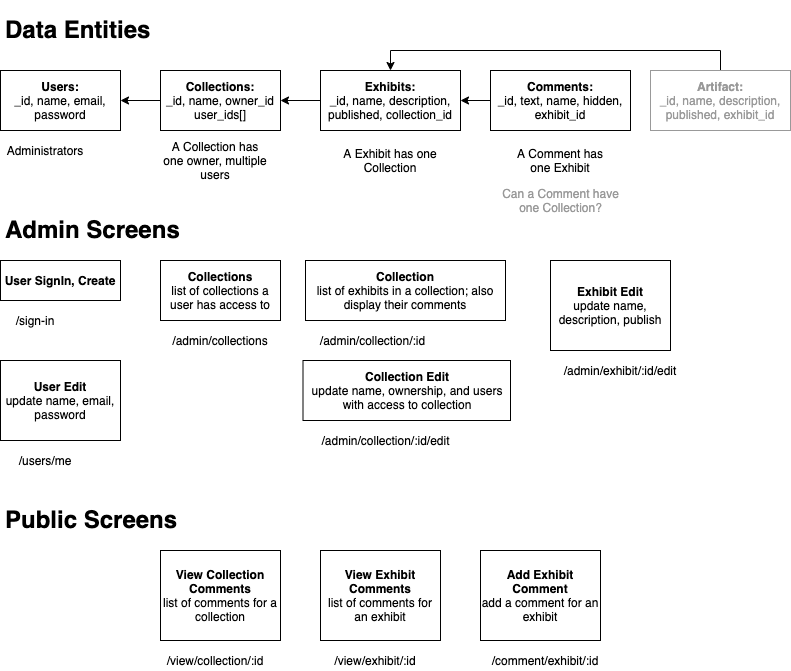
stellarjaydoc/architecture keeps this draw.io diagram as InteractiveExhibit-design.png. Above is the earlier version. Source tidied: cells renumbered, new cells last; positions are measured from the earlier drawing's top-left corner, leaving out a move shared by most shapes.
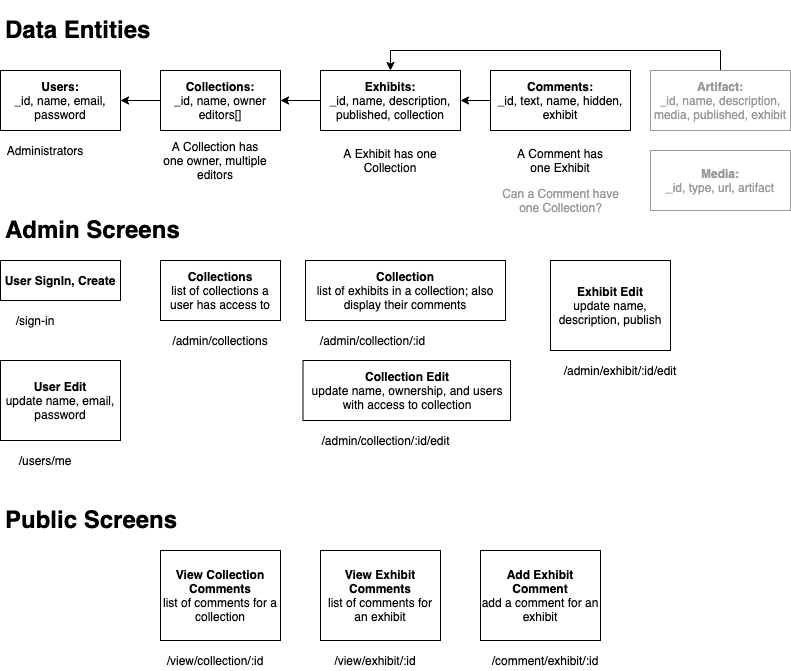
After the change.

Change to the diagram source:
```diff
@@ -8,25 +8,25 @@
     <mxCell id="3" style="edgeStyle=orthogonalEdgeStyle;rounded=0;jettySize=auto;html=1;exitX=0;exitY=0.5;exitDx=0;exitDy=0;entryX=1;entryY=0.5;entryDx=0;entryDy=0;fontColor=#999999;" parent="1" edge="1" source="4" target="2">
       <mxGeometry relative="1" as="geometry" />
     </mxCell>
-    <mxCell id="4" value="&lt;b&gt;Collections:&lt;/b&gt;&lt;br&gt;_id, name, owner_id user_ids[]" style="rounded=0;whiteSpace=wrap;html=1;" parent="1" vertex="1">
+    <mxCell id="4" value="&lt;b&gt;Collections:&lt;/b&gt;&lt;br&gt;_id, name, owner editors[]" style="rounded=0;whiteSpace=wrap;html=1;" parent="1" vertex="1">
       <mxGeometry x="160" y="60" width="120" height="60" as="geometry" />
     </mxCell>
     <mxCell id="5" style="edgeStyle=orthogonalEdgeStyle;rounded=0;jettySize=auto;html=1;exitX=0;exitY=0.5;exitDx=0;exitDy=0;entryX=1;entryY=0.5;entryDx=0;entryDy=0;fontColor=#999999;" parent="1" edge="1" source="6" target="4">
       <mxGeometry relative="1" as="geometry" />
     </mxCell>
-    <mxCell id="6" value="&lt;b&gt;Exhibits:&lt;/b&gt;&lt;br&gt;_id, name, description, published, collection_id" style="rounded=0;whiteSpace=wrap;html=1;" parent="1" vertex="1">
+    <mxCell id="6" value="&lt;b&gt;Exhibits:&lt;/b&gt;&lt;br&gt;_id, name, description, published, collection" style="rounded=0;whiteSpace=wrap;html=1;" parent="1" vertex="1">
       <mxGeometry x="320" y="60" width="140" height="60" as="geometry" />
     </mxCell>
     <mxCell id="7" style="edgeStyle=orthogonalEdgeStyle;rounded=0;jettySize=auto;html=1;exitX=0;exitY=0.5;exitDx=0;exitDy=0;entryX=1;entryY=0.5;entryDx=0;entryDy=0;fontColor=#999999;" parent="1" edge="1" source="8" target="6">
       <mxGeometry relative="1" as="geometry" />
     </mxCell>
-    <mxCell id="8" value="&lt;b&gt;Comments:&lt;/b&gt;&lt;br&gt;_id, text, name, hidden, exhibit_id" style="rounded=0;whiteSpace=wrap;html=1;" parent="1" vertex="1">
+    <mxCell id="8" value="&lt;b&gt;Comments:&lt;/b&gt;&lt;br&gt;_id, text, name, hidden, exhibit" style="rounded=0;whiteSpace=wrap;html=1;" parent="1" vertex="1">
       <mxGeometry x="490" y="60" width="140" height="60" as="geometry" />
     </mxCell>
     <mxCell id="9" value="Administrators" style="text;html=1;strokeColor=none;fillColor=none;align=center;verticalAlign=middle;whiteSpace=wrap;rounded=0;" parent="1" vertex="1">
       <mxGeometry y="130" width="90" height="20" as="geometry" />
     </mxCell>
-    <mxCell id="10" value="A Collection has one owner, multiple users" style="text;html=1;strokeColor=none;fillColor=none;align=center;verticalAlign=middle;whiteSpace=wrap;rounded=0;" parent="1" vertex="1">
+    <mxCell id="10" value="A Collection has one owner, multiple editors" style="text;html=1;strokeColor=none;fillColor=none;align=center;verticalAlign=middle;whiteSpace=wrap;rounded=0;" parent="1" vertex="1">
       <mxGeometry x="160" y="140" width="110" height="20" as="geometry" />
     </mxCell>
     <mxCell id="11" value="A Exhibit has one Collection" style="text;html=1;strokeColor=none;fillColor=none;align=center;verticalAlign=middle;whiteSpace=wrap;rounded=0;" parent="1" vertex="1">
@@ -80,7 +80,7 @@
     <mxCell id="27" style="edgeStyle=orthogonalEdgeStyle;rounded=0;jettySize=auto;html=1;exitX=0.5;exitY=0;exitDx=0;exitDy=0;entryX=0.5;entryY=0;entryDx=0;entryDy=0;fontColor=#999999;" parent="1" edge="1" source="28" target="6">
       <mxGeometry relative="1" as="geometry" />
     </mxCell>
-    <mxCell id="28" value="&lt;b&gt;Artifact:&lt;/b&gt;&lt;br&gt;_id, name, description, published, exhibit_id" style="rounded=0;whiteSpace=wrap;html=1;strokeColor=#999999;fontColor=#999999;" parent="1" vertex="1">
+    <mxCell id="28" value="&lt;b&gt;Artifact:&lt;/b&gt;&lt;br&gt;_id, name, description, media, published, exhibit" style="rounded=0;whiteSpace=wrap;html=1;strokeColor=#999999;fontColor=#999999;" parent="1" vertex="1">
       <mxGeometry x="650" y="60" width="140" height="60" as="geometry" />
     </mxCell>
     <mxCell id="29" value="&lt;font color=&quot;#000000&quot;&gt;/sign-in&lt;/font&gt;" style="text;html=1;strokeColor=none;fillColor=none;align=center;verticalAlign=middle;whiteSpace=wrap;rounded=0;fontColor=#999999;" parent="1" vertex="1">
@@ -110,5 +110,8 @@
     <mxCell id="37" value="&lt;font color=&quot;#000000&quot;&gt;/comment/exhibit/:id&lt;/font&gt;" style="text;html=1;strokeColor=none;fillColor=none;align=center;verticalAlign=middle;whiteSpace=wrap;rounded=0;fontColor=#999999;" parent="1" vertex="1">
       <mxGeometry x="480" y="640" width="130" height="20" as="geometry" />
     </mxCell>
+    <mxCell id="38" value="&lt;b&gt;Media:&lt;/b&gt;&lt;br&gt;_id, type, url, artifact" style="rounded=0;whiteSpace=wrap;html=1;strokeColor=#999999;fontColor=#999999;" parent="1" vertex="1">
+      <mxGeometry x="650" y="140" width="140" height="60" as="geometry" />
+    </mxCell>
   </root>
 </mxGraphModel>
```
